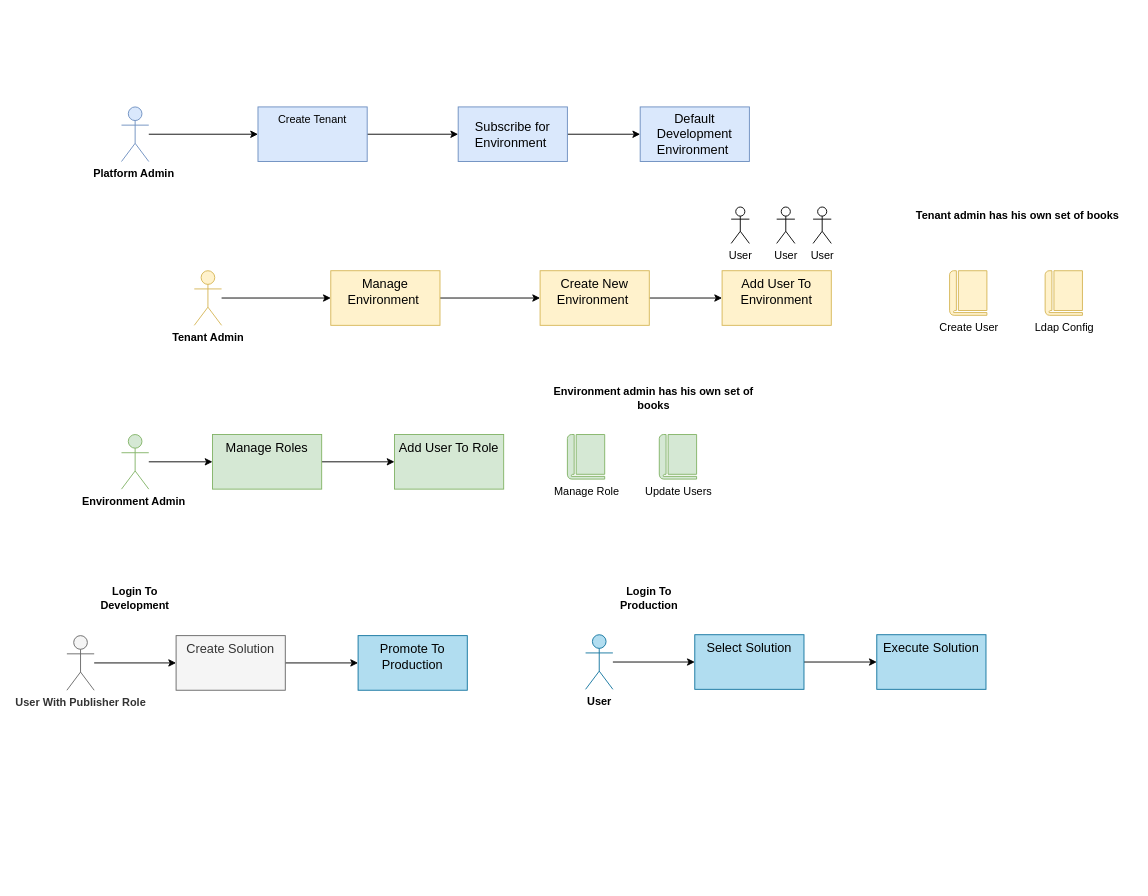
Above: Untitled Diagram.drawio in bharathbv44/java (draw.io), before the change. Source tidied: cells renumbered, new cells numbered last; positions are measured from the earlier drawing's top-left corner, leaving out a move shared by most shapes. Both pictures are drawn from the tidied source at 91%, with x=0, y=0 at pixel (66, 106).
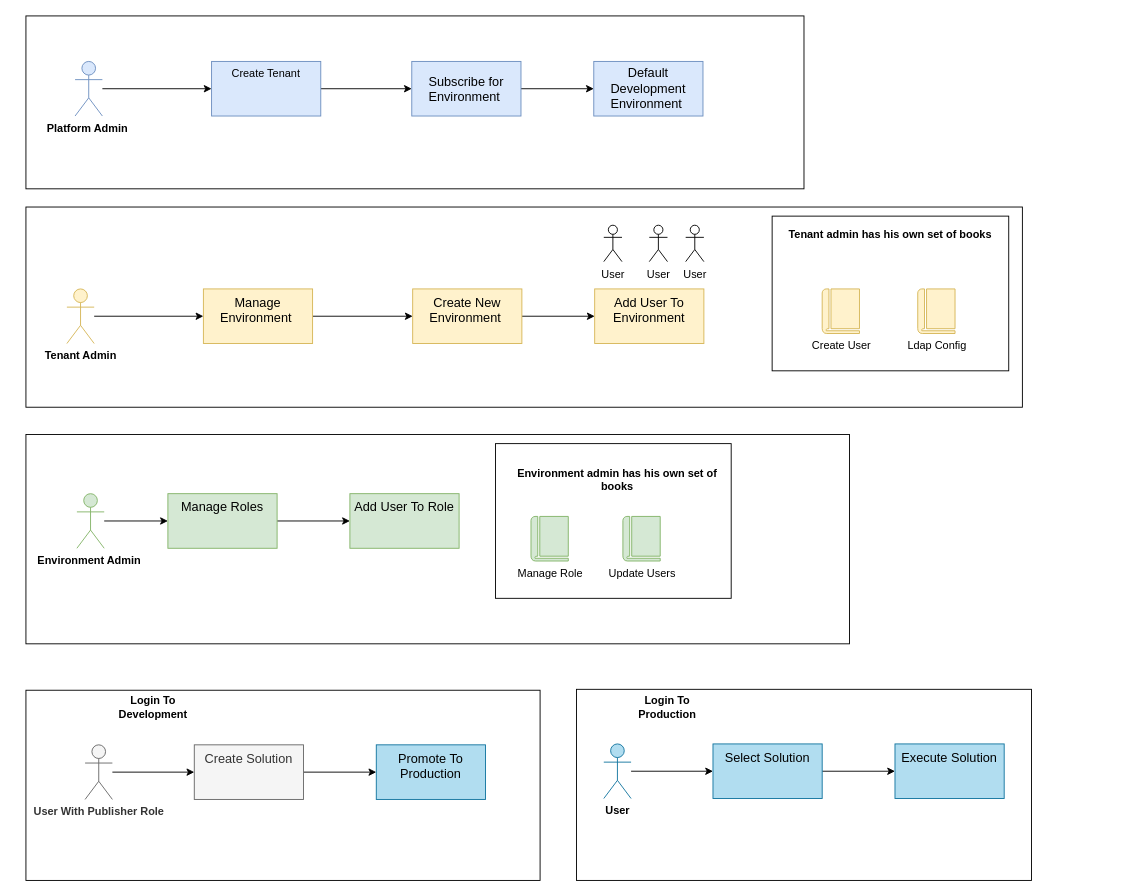
Above is the later version.

What changed in the source:
```diff
@@
+    <mxCell id="42" style="rounded=0;whiteSpace=wrap;html=1;" parent="1" vertex="1">
+      <mxGeometry x="560" y="640" width="500" height="210" as="geometry" />
+    </mxCell>
+    <mxCell id="43" style="rounded=0;whiteSpace=wrap;html=1;" parent="1" vertex="1">
+      <mxGeometry x="-45" y="641" width="565" height="209" as="geometry" />
+    </mxCell>
+    <mxCell id="44" style="rounded=0;whiteSpace=wrap;html=1;" parent="1" vertex="1">
+      <mxGeometry x="-45" y="360" width="905" height="230" as="geometry" />
+    </mxCell>
+    <mxCell id="45" style="rounded=0;whiteSpace=wrap;html=1;" parent="1" vertex="1">
+      <mxGeometry x="-45" y="110" width="1095" height="220" as="geometry" />
+    </mxCell>
+    <mxCell id="46" style="rounded=0;whiteSpace=wrap;html=1;" parent="1" vertex="1">
+      <mxGeometry x="-45" y="-100" width="855" height="190" as="geometry" />
+    </mxCell>
+    <mxCell id="47" style="rounded=0;whiteSpace=wrap;html=1;" parent="1" vertex="1">
+      <mxGeometry x="775" y="120" width="260" height="170" as="geometry" />
+    </mxCell>
+    <mxCell id="48" style="rounded=0;whiteSpace=wrap;html=1;" parent="1" vertex="1">
+      <mxGeometry x="471" y="370" width="259" height="170" as="geometry" />
+    </mxCell>
@@
     <mxCell id="3" value="&lt;font style=&quot;font-size: 14px&quot;&gt;Subscribe for Environment&amp;nbsp;&lt;/font&gt;" style="rounded=0;whiteSpace=wrap;html=1;fillColor=#dae8fc;strokeColor=#6c8ebf;" parent="1" vertex="1">
-      <mxGeometry x="430" width="120" height="60" as="geometry" />
+      <mxGeometry x="379" y="-50" width="120" height="60" as="geometry" />
     </mxCell>
@@
     <mxCell id="5" value="&lt;b&gt;Platform Admin&amp;nbsp;&lt;/b&gt;" style="shape=umlActor;verticalLabelPosition=bottom;verticalAlign=top;html=1;outlineConnect=0;fillColor=#dae8fc;strokeColor=#6c8ebf;" parent="1" vertex="1">
-      <mxGeometry x="60" width="30" height="60" as="geometry" />
+      <mxGeometry x="9" y="-50" width="30" height="60" as="geometry" />
     </mxCell>
@@
     <mxCell id="7" value="Create Tenant" style="whiteSpace=wrap;html=1;verticalAlign=top;fillColor=#dae8fc;strokeColor=#6c8ebf;" parent="1" vertex="1">
-      <mxGeometry x="210" width="120" height="60" as="geometry" />
+      <mxGeometry x="159" y="-50" width="120" height="60" as="geometry" />
     </mxCell>
@@
     <mxCell id="9" value="&lt;b&gt;Tenant Admin&lt;/b&gt;" style="shape=umlActor;verticalLabelPosition=bottom;verticalAlign=top;html=1;outlineConnect=0;fillColor=#fff2cc;strokeColor=#d6b656;" parent="1" vertex="1">
-      <mxGeometry x="140" y="180" width="30" height="60" as="geometry" />
+      <mxGeometry y="200" width="30" height="60" as="geometry" />
     </mxCell>
@@
     <mxCell id="11" value="&lt;font style=&quot;font-size: 14px&quot;&gt;Manage Environment&amp;nbsp;&lt;/font&gt;" style="whiteSpace=wrap;html=1;verticalAlign=top;fillColor=#fff2cc;strokeColor=#d6b656;" parent="1" vertex="1">
-      <mxGeometry x="290" y="180" width="120" height="60" as="geometry" />
+      <mxGeometry x="150" y="200" width="120" height="60" as="geometry" />
     </mxCell>
@@
     <mxCell id="13" value="&lt;font style=&quot;font-size: 14px&quot;&gt;Create New Environment&amp;nbsp;&lt;/font&gt;" style="whiteSpace=wrap;html=1;verticalAlign=top;fillColor=#fff2cc;strokeColor=#d6b656;" parent="1" vertex="1">
-      <mxGeometry x="520" y="180" width="120" height="60" as="geometry" />
+      <mxGeometry x="380" y="200" width="120" height="60" as="geometry" />
     </mxCell>
     <mxCell id="14" value="&lt;font style=&quot;font-size: 14px&quot;&gt;Add User To Environment&lt;/font&gt;" style="whiteSpace=wrap;html=1;verticalAlign=top;fillColor=#fff2cc;strokeColor=#d6b656;" parent="1" vertex="1">
-      <mxGeometry x="720" y="180" width="120" height="60" as="geometry" />
+      <mxGeometry x="580" y="200" width="120" height="60" as="geometry" />
     </mxCell>
     <mxCell id="15" value="User" style="shape=umlActor;verticalLabelPosition=bottom;verticalAlign=top;html=1;" parent="1" vertex="1">
-      <mxGeometry x="730" y="110" width="20" height="40" as="geometry" />
+      <mxGeometry x="590" y="130" width="20" height="40" as="geometry" />
     </mxCell>
     <mxCell id="16" value="User" style="shape=umlActor;verticalLabelPosition=bottom;verticalAlign=top;html=1;" parent="1" vertex="1">
-      <mxGeometry x="780" y="110" width="20" height="40" as="geometry" />
+      <mxGeometry x="640" y="130" width="20" height="40" as="geometry" />
     </mxCell>
     <mxCell id="17" value="User" style="shape=umlActor;verticalLabelPosition=bottom;verticalAlign=top;html=1;" parent="1" vertex="1">
-      <mxGeometry x="820" y="110" width="20" height="40" as="geometry" />
+      <mxGeometry x="680" y="130" width="20" height="40" as="geometry" />
     </mxCell>
@@
     <mxCell id="19" value="&lt;b&gt;Environment Admin&amp;nbsp;&lt;/b&gt;" style="shape=umlActor;verticalLabelPosition=bottom;verticalAlign=top;html=1;outlineConnect=0;fillColor=#d5e8d4;strokeColor=#82b366;" parent="1" vertex="1">
-      <mxGeometry x="60" y="360" width="30" height="60" as="geometry" />
+      <mxGeometry x="11" y="425" width="30" height="60" as="geometry" />
     </mxCell>
@@
     <mxCell id="21" value="&lt;font style=&quot;font-size: 14px&quot;&gt;Manage Roles&lt;/font&gt;" style="whiteSpace=wrap;html=1;verticalAlign=top;strokeColor=#82b366;fillColor=#d5e8d4;" parent="1" vertex="1">
-      <mxGeometry x="160" y="360" width="120" height="60" as="geometry" />
+      <mxGeometry x="111" y="425" width="120" height="60" as="geometry" />
     </mxCell>
     <mxCell id="22" value="&lt;font style=&quot;font-size: 14px&quot;&gt;Add User To Role&lt;/font&gt;" style="whiteSpace=wrap;html=1;verticalAlign=top;strokeColor=#82b366;fillColor=#d5e8d4;" parent="1" vertex="1">
-      <mxGeometry x="360" y="360" width="120" height="60" as="geometry" />
+      <mxGeometry x="311" y="425" width="120" height="60" as="geometry" />
     </mxCell>
@@
     <mxCell id="24" value="&lt;b&gt;User With Publisher Role&lt;/b&gt;" style="shape=umlActor;verticalLabelPosition=bottom;verticalAlign=top;html=1;outlineConnect=0;fillColor=#f5f5f5;strokeColor=#666666;fontColor=#333333;" parent="1" vertex="1">
-      <mxGeometry y="581" width="30" height="60" as="geometry" />
+      <mxGeometry x="20" y="701" width="30" height="60" as="geometry" />
     </mxCell>
@@
     <mxCell id="26" value="&lt;font style=&quot;font-size: 14px&quot;&gt;Create Solution&lt;/font&gt;" style="whiteSpace=wrap;html=1;fontColor=#333333;verticalAlign=top;strokeColor=#666666;fillColor=#f5f5f5;" parent="1" vertex="1">
-      <mxGeometry x="120" y="581" width="120" height="60" as="geometry" />
+      <mxGeometry x="140" y="701" width="120" height="60" as="geometry" />
     </mxCell>
     <mxCell id="27" value="&lt;b&gt;Login To Development&lt;/b&gt;" style="text;html=1;strokeColor=none;fillColor=none;align=center;verticalAlign=middle;whiteSpace=wrap;rounded=0;" parent="1" vertex="1">
-      <mxGeometry x="55" y="530" width="40" height="20" as="geometry" />
+      <mxGeometry x="75" y="650" width="40" height="20" as="geometry" />
     </mxCell>
     <mxCell id="28" value="&lt;font style=&quot;font-size: 14px&quot;&gt;Promote To Production&lt;/font&gt;" style="whiteSpace=wrap;html=1;verticalAlign=top;fillColor=#b1ddf0;strokeColor=#10739e;" parent="1" vertex="1">
-      <mxGeometry x="320" y="581" width="120" height="60" as="geometry" />
+      <mxGeometry x="340" y="701" width="120" height="60" as="geometry" />
     </mxCell>
@@
     <mxCell id="30" value="&lt;b&gt;User&lt;/b&gt;" style="shape=umlActor;verticalLabelPosition=bottom;verticalAlign=top;html=1;outlineConnect=0;fillColor=#b1ddf0;strokeColor=#10739e;" parent="1" vertex="1">
-      <mxGeometry x="570" y="580" width="30" height="60" as="geometry" />
+      <mxGeometry x="590" y="700" width="30" height="60" as="geometry" />
     </mxCell>
@@
     <mxCell id="32" value="&lt;font style=&quot;font-size: 14px&quot;&gt;Select Solution&lt;/font&gt;" style="whiteSpace=wrap;html=1;verticalAlign=top;strokeColor=#10739e;fillColor=#b1ddf0;" parent="1" vertex="1">
-      <mxGeometry x="690" y="580" width="120" height="60" as="geometry" />
+      <mxGeometry x="710" y="700" width="120" height="60" as="geometry" />
     </mxCell>
     <mxCell id="33" value="&lt;font style=&quot;font-size: 14px&quot;&gt;Execute Solution&lt;/font&gt;" style="whiteSpace=wrap;html=1;verticalAlign=top;strokeColor=#10739e;fillColor=#b1ddf0;" parent="1" vertex="1">
-      <mxGeometry x="890" y="580" width="120" height="60" as="geometry" />
+      <mxGeometry x="910" y="700" width="120" height="60" as="geometry" />
     </mxCell>
     <mxCell id="34" value="&lt;b&gt;Login To Production&lt;/b&gt;" style="text;html=1;strokeColor=none;fillColor=none;align=center;verticalAlign=middle;whiteSpace=wrap;rounded=0;" parent="1" vertex="1">
-      <mxGeometry x="620" y="530" width="40" height="20" as="geometry" />
+      <mxGeometry x="640" y="650" width="40" height="20" as="geometry" />
     </mxCell>
     <mxCell id="35" value="&lt;font style=&quot;font-size: 14px&quot;&gt;&lt;span&gt;Default Development&lt;/span&gt;&lt;br&gt;&lt;span&gt;Environment&amp;nbsp;&lt;/span&gt;&lt;/font&gt;" style="whiteSpace=wrap;html=1;rounded=0;strokeColor=#6c8ebf;fillColor=#dae8fc;" parent="1" vertex="1">
-      <mxGeometry x="630" width="120" height="60" as="geometry" />
+      <mxGeometry x="579" y="-50" width="120" height="60" as="geometry" />
     </mxCell>
     <mxCell id="36" value="Manage Role" style="shadow=0;dashed=0;html=1;strokeColor=#82b366;fillColor=#d5e8d4;labelPosition=center;verticalLabelPosition=bottom;verticalAlign=top;align=center;shape=mxgraph.office.concepts.book_journal;" parent="1" vertex="1">
-      <mxGeometry x="550" y="360" width="41" height="49" as="geometry" />
+      <mxGeometry x="510" y="450" width="41" height="49" as="geometry" />
     </mxCell>
     <mxCell id="37" value="Update Users" style="shadow=0;dashed=0;html=1;strokeColor=#82b366;fillColor=#d5e8d4;labelPosition=center;verticalLabelPosition=bottom;verticalAlign=top;align=center;shape=mxgraph.office.concepts.book_journal;" parent="1" vertex="1">
-      <mxGeometry x="651" y="360" width="41" height="49" as="geometry" />
+      <mxGeometry x="611" y="450" width="41" height="49" as="geometry" />
     </mxCell>
     <mxCell id="38" value="Create User" style="shadow=0;dashed=0;html=1;strokeColor=#d6b656;fillColor=#fff2cc;labelPosition=center;verticalLabelPosition=bottom;verticalAlign=top;align=center;shape=mxgraph.office.concepts.book_journal;" parent="1" vertex="1">
-      <mxGeometry x="970" y="180" width="41" height="49" as="geometry" />
+      <mxGeometry x="830" y="200" width="41" height="49" as="geometry" />
     </mxCell>
     <mxCell id="39" value="Ldap Config" style="shadow=0;dashed=0;html=1;strokeColor=#d6b656;fillColor=#fff2cc;labelPosition=center;verticalLabelPosition=bottom;verticalAlign=top;align=center;shape=mxgraph.office.concepts.book_journal;" parent="1" vertex="1">
-      <mxGeometry x="1075" y="180" width="41" height="49" as="geometry" />
+      <mxGeometry x="935" y="200" width="41" height="49" as="geometry" />
     </mxCell>
     <mxCell id="40" value="&lt;b&gt;Tenant admin has his own set of books&lt;/b&gt;" style="text;html=1;strokeColor=none;fillColor=none;align=center;verticalAlign=middle;whiteSpace=wrap;rounded=0;" parent="1" vertex="1">
-      <mxGeometry x="920" y="110" width="250" height="20" as="geometry" />
+      <mxGeometry x="780" y="130" width="250" height="20" as="geometry" />
     </mxCell>
     <mxCell id="41" value="&lt;b&gt;Environment admin has his own set of books&lt;/b&gt;" style="text;html=1;strokeColor=none;fillColor=none;align=center;verticalAlign=middle;whiteSpace=wrap;rounded=0;" parent="1" vertex="1">
-      <mxGeometry x="520" y="310" width="250" height="20" as="geometry" />
+      <mxGeometry x="480" y="400" width="250" height="20" as="geometry" />
     </mxCell>
```
